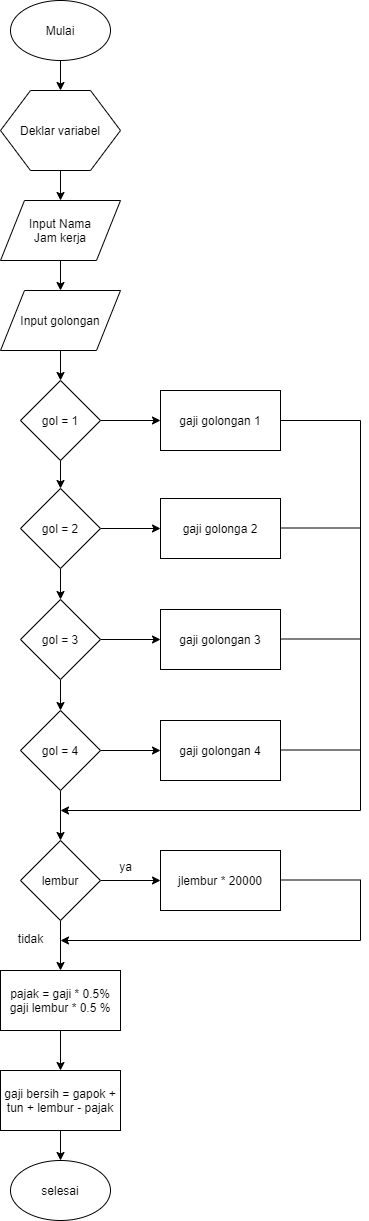
The draw.io diagram gaji pegawai.png in axxpxmd/flowchart, before a commit. Source tidied: cells renumbered, new cells last; positions are measured from the earlier drawing's top-left corner, leaving out a move shared by most shapes.
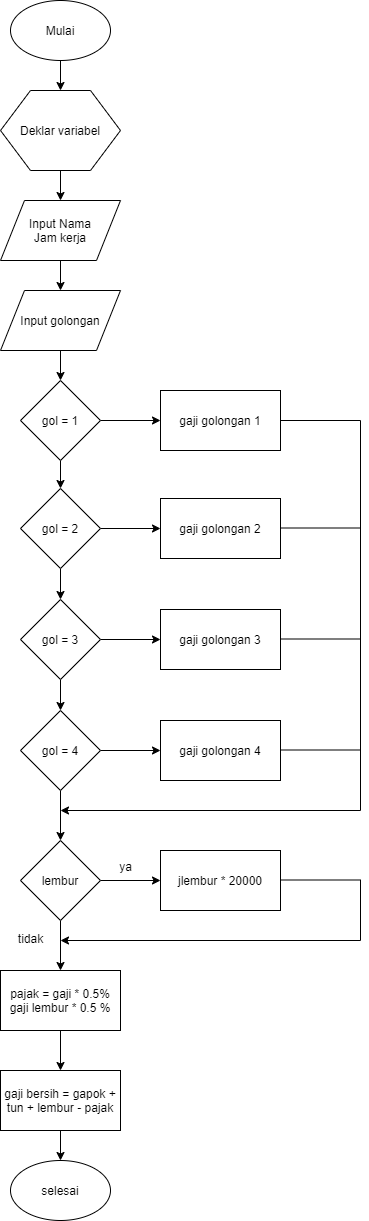
Later version of the same file.

Diff of the diagram source:
```diff
@@ -68,7 +68,7 @@
     <mxCell id="23" value="&lt;span style=&quot;color: rgba(0 , 0 , 0 , 0) ; font-family: monospace ; font-size: 0px&quot;&gt;%3CmxGraphModel%3E%3Croot%3E%3CmxCell%20id%3D%220%22%2F%3E%3CmxCell%20id%3D%221%22%20parent%3D%220%22%2F%3E%3CmxCell%20id%3D%222%22%20value%3D%22hasil%20%3D%20a%2Bb%22%20style%3D%22rounded%3D0%3BwhiteSpace%3Dwrap%3Bhtml%3D1%3B%22%20vertex%3D%221%22%20parent%3D%221%22%3E%3CmxGeometry%20x%3D%22400%22%20y%3D%22390%22%20width%3D%22120%22%20height%3D%2260%22%20as%3D%22geometry%22%2F%3E%3C%2FmxCell%3E%3C%2Froot%3E%3C%2FmxGraphModel%3E&lt;/span&gt;" style="text;html=1;align=center;verticalAlign=middle;" parent="1" vertex="1">
       <mxGeometry x="240" y="612" width="20" height="20" as="geometry" />
     </mxCell>
-    <mxCell id="24" value="gaji golonga 2" style="rounded=0;whiteSpace=wrap;html=1;" parent="1" vertex="1">
+    <mxCell id="24" value="gaji golongan 2" style="rounded=0;whiteSpace=wrap;html=1;" parent="1" vertex="1">
       <mxGeometry x="160" y="498" width="120" height="60" as="geometry" />
     </mxCell>
     <mxCell id="25" value="gaji golongan 3" style="rounded=0;whiteSpace=wrap;html=1;" parent="1" vertex="1">
```
